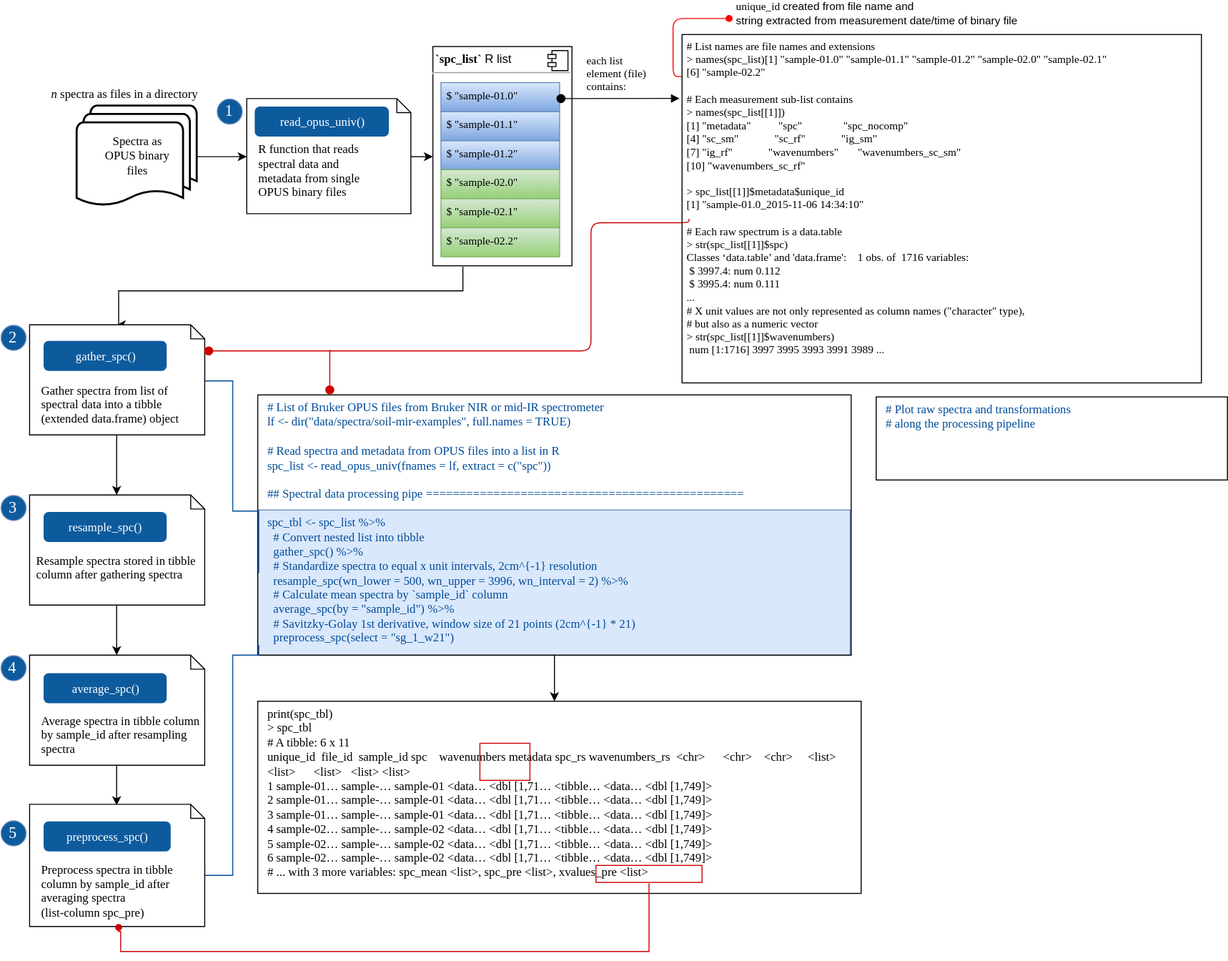
philipp-baumann/spectro-platform-graphs keeps this draw.io diagram as simplerspec-read-proc-tibble.svg. Above is the earlier version. Source tidied: cells renumbered, new cells last; positions are measured from the earlier drawing's top-left corner, leaving out a move shared by most shapes.
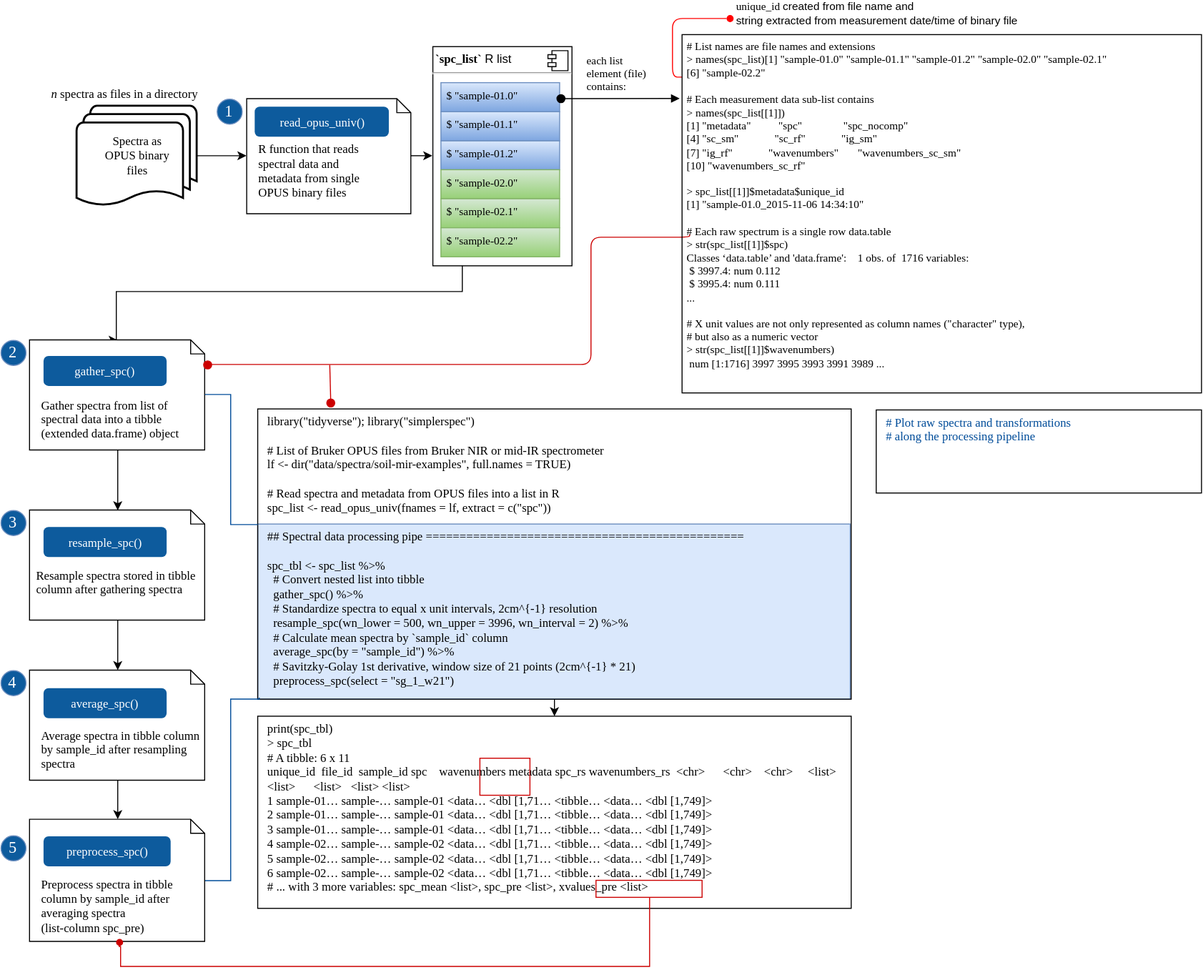
The same diagram one commit later.

Commit message:
Rearrange code and tibble print output

The edit, as a diff of the source:
```diff
@@ -3,19 +3,19 @@
     <mxCell id="0" />
     <mxCell id="1" parent="0" />
     <mxCell id="2" style="whiteSpace=wrap;html=1;strokeColor=#6c8ebf;fillColor=#dae8fc;fontFamily=monaco;fontSize=10;fontColor=#004C99;" parent="1" vertex="1">
-      <mxGeometry x="257" y="506" width="592" height="145" as="geometry" />
+      <mxGeometry x="257" y="505" width="592" height="175" as="geometry" />
     </mxCell>
-    <mxCell id="3" value="# List of Bruker OPUS files from Bruker NIR or mid-IR spectrometer&#10;lf &lt;- dir(&quot;data/spectra/soil-mir-examples&quot;, full.names = TRUE)&#10;&#10;# Read spectra and metadata from OPUS files into a list in R&#10;spc_list &lt;- read_opus_univ(fnames = lf, extract = c(&quot;spc&quot;))&#10;&#10;## Spectral data processing pipe ===============================================&#10;&#10;spc_tbl &lt;- spc_list %&gt;%&#10;  # Convert nested list into tibble&#10;  gather_spc() %&gt;% &#10;  # Standardize spectra to equal x unit intervals, 2cm^{-1} resolution&#10;  resample_spc(wn_lower = 500, wn_upper = 3996, wn_interval = 2) %&gt;%&#10;  # Calculate mean spectra by `sample_id` column&#10;  average_spc(by = &quot;sample_id&quot;) %&gt;%&#10;  # Savitzky-Golay 1st derivative, window size of 21 points (2cm^{-1} * 21) &#10;  preprocess_spc(select = &quot;sg_1_w21&quot;) " style="text;spacing=5;spacingTop=-4;whiteSpace=wrap;overflow=hidden;strokeColor=#000000;align=left;fontFamily=Fira Code;fontColor=#004C99;spacingLeft=5;" parent="1" vertex="1">
-      <mxGeometry x="257" y="391" width="593" height="260" as="geometry" />
+    <mxCell id="3" value="library(&quot;tidyverse&quot;); library(&quot;simplerspec&quot;)&#10;&#10;# List of Bruker OPUS files from Bruker NIR or mid-IR spectrometer&#10;lf &lt;- dir(&quot;data/spectra/soil-mir-examples&quot;, full.names = TRUE)&#10;&#10;# Read spectra and metadata from OPUS files into a list in R&#10;spc_list &lt;- read_opus_univ(fnames = lf, extract = c(&quot;spc&quot;))&#10;&#10;## Spectral data processing pipe ===============================================&#10;&#10;spc_tbl &lt;- spc_list %&gt;%&#10;  # Convert nested list into tibble&#10;  gather_spc() %&gt;%&#10;  # Standardize spectra to equal x unit intervals, 2cm^{-1} resolution&#10;  resample_spc(wn_lower = 500, wn_upper = 3996, wn_interval = 2) %&gt;%&#10;  # Calculate mean spectra by `sample_id` column&#10;  average_spc(by = &quot;sample_id&quot;) %&gt;%&#10;  # Savitzky-Golay 1st derivative, window size of 21 points (2cm^{-1} * 21)&#10;  preprocess_spc(select = &quot;sg_1_w21&quot;)" style="text;spacing=5;spacingTop=-4;whiteSpace=wrap;overflow=hidden;strokeColor=#000000;align=left;fontFamily=Fira Code;fontColor=#000000;spacingLeft=5;" parent="1" vertex="1">
+      <mxGeometry x="257" y="390" width="593" height="290" as="geometry" />
     </mxCell>
     <mxCell id="4" style="edgeStyle=orthogonalEdgeStyle;rounded=0;html=1;exitX=1;exitY=0.5;exitPerimeter=0;entryX=0;entryY=0.5;jettySize=auto;" parent="1" edge="1" source="5" target="18">
       <mxGeometry relative="1" as="geometry" />
     </mxCell>
     <mxCell id="5" value="&lt;font face=&quot;Fira Sans&quot;&gt;Spectra as&lt;br&gt;OPUS binary&lt;br&gt; files&lt;br&gt;&lt;/font&gt;" style="strokeWidth=2;html=1;shape=mxgraph.flowchart.multi-document;whiteSpace=wrap;" parent="1" vertex="1">
-      <mxGeometry x="76" y="102" width="120" height="101" as="geometry" />
+      <mxGeometry x="76" y="87" width="120" height="101" as="geometry" />
     </mxCell>
     <mxCell id="6" value="&lt;p style=&quot;margin: 6px 0px 0px&quot; align=&quot;left&quot;&gt;&lt;b&gt;&lt;font face=&quot;Fira Code&quot;&gt;&amp;nbsp;`spc_list`&lt;/font&gt; &lt;/b&gt;R list&lt;br&gt;&lt;/p&gt;&lt;hr align=&quot;left&quot;&gt;&lt;p style=&quot;margin: 0px ; margin-left: 8px&quot; align=&quot;left&quot;&gt;&lt;br&gt;&lt;/p&gt;" style="align=left;overflow=fill;html=1;spacing=2;spacingLeft=0;" parent="1" vertex="1">
-      <mxGeometry x="432" y="43" width="139" height="219" as="geometry" />
+      <mxGeometry x="432" y="28" width="139" height="219" as="geometry" />
     </mxCell>
     <mxCell id="7" style="shape=component;jettyWidth=8;jettyHeight=4;" parent="6" vertex="1">
       <mxGeometry x="1" width="20" height="20" relative="1" as="geometry">
@@ -52,47 +52,36 @@
     <mxCell id="17" style="edgeStyle=orthogonalEdgeStyle;rounded=0;html=1;jettySize=auto;orthogonalLoop=1;fontFamily=Fira Sans;fontSize=11;align=center;strokeColor=#CC0000;endArrow=oval;endFill=1;startSize=6;endSize=8;" parent="1" edge="1">
       <mxGeometry relative="1" as="geometry">
         <mxPoint x="329" y="346" as="sourcePoint" />
-        <mxPoint x="329" y="386" as="targetPoint" />
+        <mxPoint x="330" y="384" as="targetPoint" />
       </mxGeometry>
     </mxCell>
     <mxCell id="18" value="&lt;font face=&quot;Fira Sans&quot;&gt;&lt;br&gt;&lt;br&gt;&lt;br&gt;R function that reads&lt;br&gt;spectral data and&lt;br&gt;metadata from single&lt;br&gt;OPUS binary files&lt;br&gt;&lt;/font&gt;" style="shape=note;whiteSpace=wrap;html=1;size=14;verticalAlign=top;align=left;spacingTop=-6;perimeterSpacing=0;spacingLeft=10;" parent="1" vertex="1">
-      <mxGeometry x="246" y="95" width="164" height="115" as="geometry" />
+      <mxGeometry x="246" y="80" width="164" height="115" as="geometry" />
     </mxCell>
     <mxCell id="19" value="&lt;div align=&quot;left&quot;&gt;&lt;font face=&quot;Fira Sans&quot;&gt;each list &lt;br&gt;element (file)&lt;br&gt;contains:&lt;br&gt;&lt;/font&gt;&lt;/div&gt;" style="html=1;verticalAlign=bottom;startArrow=oval;startFill=1;endArrow=block;startSize=8;entryX=-0.003;entryY=0.216;entryPerimeter=0;align=center;" parent="1" edge="1">
       <mxGeometry x="537" y="107" as="geometry">
-        <mxPoint x="560" y="95" as="sourcePoint" />
-        <mxPoint x="678.5" y="94.8" as="targetPoint" />
+        <mxPoint x="560" y="80" as="sourcePoint" />
+        <mxPoint x="678.5" y="79.8" as="targetPoint" />
       </mxGeometry>
     </mxCell>
     <mxCell id="20" value="&lt;p&gt;&lt;font&gt;read_opus_univ()&lt;/font&gt;&lt;/p&gt;" style="html=1;shadow=0;dashed=0;shape=mxgraph.bootstrap.rrect;align=center;rSize=5;strokeColor=none;fillColor=#0D5B9D;fontColor=#ffffff;fontStyle=0;whiteSpace=wrap;fontFamily=Fira Code;" parent="1" vertex="1">
-      <mxGeometry x="254" y="103" width="134" height="30" as="geometry" />
+      <mxGeometry x="254" y="88" width="134" height="30" as="geometry" />
     </mxCell>
     <mxCell id="21" value="&lt;font face=&quot;Fira Sans&quot;&gt;&lt;i&gt;n&lt;/i&gt; spectra as files in a directory&lt;br&gt;&lt;/font&gt;" style="text;html=1;align=left;verticalAlign=top;spacingTop=-4;" parent="1" vertex="1">
-      <mxGeometry x="49" y="81" width="180" height="20" as="geometry" />
+      <mxGeometry x="49" y="66" width="180" height="20" as="geometry" />
     </mxCell>
     <mxCell id="22" value="&lt;div align=&quot;left&quot;&gt;&lt;font face=&quot;monaco&quot;&gt;&lt;font face=&quot;Fira Code&quot;&gt;unique_id&lt;/font&gt; &lt;font face=&quot;Helvetica&quot;&gt;created from file name and&lt;/font&gt;&lt;/font&gt;&lt;font face=&quot;Helvetica&quot;&gt;&lt;br&gt;string extracted from measurement date/time of binary file&lt;/font&gt;&lt;br&gt;&lt;/div&gt;" style="text;html=1;strokeColor=none;fillColor=none;align=center;verticalAlign=middle;whiteSpace=wrap;labelBackgroundColor=#ffffff;fontFamily=Courier New;fontSize=11;" parent="1" vertex="1">
-      <mxGeometry x="730" width="290" height="20" as="geometry" />
+      <mxGeometry x="730" y="-15" width="290" height="20" as="geometry" />
     </mxCell>
     <mxCell id="23" style="edgeStyle=orthogonalEdgeStyle;rounded=0;html=1;exitX=0.5;exitY=1;entryX=0.5;entryY=0;jettySize=auto;fontFamily=Courier New;fontSize=11;" parent="1" edge="1" target="26">
       <mxGeometry x="462" y="273" as="geometry">
-        <mxPoint x="462" y="262" as="sourcePoint" />
+        <mxPoint x="462" y="247" as="sourcePoint" />
         <Array as="points">
-          <mxPoint x="462" y="286" />
-          <mxPoint x="117" y="286" />
+          <mxPoint x="462" y="272" />
+          <mxPoint x="116" y="272" />
         </Array>
       </mxGeometry>
     </mxCell>
-    <mxCell id="24" style="edgeStyle=orthogonalEdgeStyle;rounded=0;html=1;exitX=1;exitY=0.25;entryX=0.001;entryY=0.682;startArrow=none;startFill=0;endArrow=none;endFill=0;jettySize=auto;fontFamily=monaco;fontSize=10;strokeColor=#004C99;entryPerimeter=0;" parent="1" edge="1" source="26" target="3">
-      <mxGeometry relative="1" as="geometry">
-        <Array as="points">
-          <mxPoint x="204" y="376" />
-          <mxPoint x="231" y="376" />
-          <mxPoint x="231" y="506" />
-          <mxPoint x="257" y="506" />
-          <mxPoint x="257" y="568" />
-        </Array>
-      </mxGeometry>
-    </mxCell>
     <mxCell id="25" style="edgeStyle=orthogonalEdgeStyle;rounded=0;html=1;exitX=0.5;exitY=1;entryX=0.5;entryY=0;jettySize=auto;fontFamily=Fira Code;" parent="1" edge="1" source="26" target="30">
       <mxGeometry relative="1" as="geometry" />
     </mxCell>
@@ -103,7 +92,7 @@
       <mxGeometry x="43" y="337" width="123" height="30" as="geometry" />
     </mxCell>
     <mxCell id="28" style="edgeStyle=orthogonalEdgeStyle;html=1;verticalAlign=bottom;endArrow=oval;endSize=8;strokeColor=#CC0000;fontFamily=Courier New;fontSize=11;endFill=1;exitX=0;exitY=0.5;" parent="1" edge="1">
-      <mxGeometry x="570" y="237" as="geometry">
+      <mxGeometry x="570" y="252" as="geometry">
         <mxPoint x="688" y="215" as="sourcePoint" />
         <mxPoint x="207" y="346" as="targetPoint" />
         <Array as="points">
@@ -131,15 +120,16 @@
     <mxCell id="34" value="average_spc()" style="html=1;shadow=0;dashed=0;shape=mxgraph.bootstrap.rrect;align=center;rSize=5;strokeColor=none;fillColor=#0D5B9D;fontColor=#ffffff;fontStyle=0;whiteSpace=wrap;fontFamily=Fira Code;" parent="1" vertex="1">
       <mxGeometry x="43" y="669" width="123" height="30" as="geometry" />
     </mxCell>
-    <mxCell id="35" style="edgeStyle=orthogonalEdgeStyle;rounded=0;html=1;exitX=1;exitY=0.5;entryX=0;entryY=0.958;entryPerimeter=0;startArrow=none;startFill=0;endArrow=none;endFill=0;jettySize=auto;fontFamily=monaco;fontSize=10;strokeColor=#004C99;" parent="1" edge="1" source="36" target="3">
-      <mxGeometry relative="1" as="geometry">
-        <Array as="points">
-          <mxPoint x="231" y="871" />
-          <mxPoint x="231" y="650" />
-          <mxPoint x="257" y="650" />
-        </Array>
-      </mxGeometry>
-    </mxCell>
+    <mxCell id="51" style="edgeStyle=orthogonalEdgeStyle;rounded=0;html=1;exitX=1;exitY=0.5;startArrow=none;startFill=0;startSize=6;endArrow=none;endFill=0;endSize=8;jettySize=auto;strokeColor=#004C99;fontFamily=Fira Code;fontSize=11;fontColor=#CC0000;align=center;" parent="1" edge="1" source="36">
+      <mxGeometry relative="1" as="geometry">
+        <mxPoint x="259" y="678" as="targetPoint" />
+        <Array as="points">
+          <mxPoint x="230" y="861" />
+          <mxPoint x="230" y="680" />
+          <mxPoint x="259" y="680" />
+        </Array>
+      </mxGeometry>
+    </mxCell>
     <mxCell id="36" value="&lt;br&gt;&lt;br&gt;&lt;br&gt;&lt;div&gt;&lt;br&gt;&lt;/div&gt;&lt;div&gt;Preprocess spectra in tibble column by sample_id after averaging spectra &lt;br&gt;(list-column spc_pre)&lt;/div&gt;" style="shape=note;whiteSpace=wrap;html=1;size=14;verticalAlign=top;align=left;spacingTop=-6;perimeterSpacing=0;spacingLeft=10;fontFamily=Fira Sans;spacingBottom=0;" parent="1" vertex="1">
       <mxGeometry x="29" y="800" width="175" height="122" as="geometry" />
     </mxCell>
@@ -155,19 +145,19 @@
       </mxGeometry>
     </mxCell>
     <mxCell id="39" value="print(spc_tbl)&#10;&gt; spc_tbl&#10;# A tibble: 6 x 11  &#10;unique_id  file_id  sample_id spc    wavenumbers metadata spc_rs wavenumbers_rs  &lt;chr&gt;      &lt;chr&gt;    &lt;chr&gt;     &lt;list&gt; &lt;list&gt;      &lt;list&gt;   &lt;list&gt; &lt;list&gt;        &#10;1 sample-01… sample-… sample-01 &lt;data… &lt;dbl [1,71… &lt;tibble… &lt;data… &lt;dbl [1,749]&gt; &#10;2 sample-01… sample-… sample-01 &lt;data… &lt;dbl [1,71… &lt;tibble… &lt;data… &lt;dbl [1,749]&gt; &#10;3 sample-01… sample-… sample-01 &lt;data… &lt;dbl [1,71… &lt;tibble… &lt;data… &lt;dbl [1,749]&gt; &#10;4 sample-02… sample-… sample-02 &lt;data… &lt;dbl [1,71… &lt;tibble… &lt;data… &lt;dbl [1,749]&gt; &#10;5 sample-02… sample-… sample-02 &lt;data… &lt;dbl [1,71… &lt;tibble… &lt;data… &lt;dbl [1,749]&gt; &#10;6 sample-02… sample-… sample-02 &lt;data… &lt;dbl [1,71… &lt;tibble… &lt;data… &lt;dbl [1,749]&gt; &#10;# ... with 3 more variables: spc_mean &lt;list&gt;, spc_pre &lt;list&gt;, xvalues_pre &lt;list&gt;" style="text;spacing=5;spacingTop=-4;whiteSpace=wrap;overflow=hidden;strokeColor=#000000;align=left;fontFamily=Fira Code;fontSize=12;spacingLeft=5;" parent="1" vertex="1">
-      <mxGeometry x="257" y="697" width="603" height="192" as="geometry" />
+      <mxGeometry x="257" y="697" width="593" height="192" as="geometry" />
     </mxCell>
     <mxCell id="40" style="edgeStyle=orthogonalEdgeStyle;html=1;verticalAlign=bottom;endArrow=none;endSize=8;strokeColor=#ff0000;fontFamily=Courier New;fontSize=11;endFill=0;startArrow=oval;startFill=1;" parent="1" edge="1" target="41">
       <mxGeometry x="691" y="57" as="geometry">
-        <mxPoint x="728" y="15" as="sourcePoint" />
+        <mxPoint x="728" as="sourcePoint" />
         <Array as="points">
-          <mxPoint x="672" y="15" />
-          <mxPoint x="672" y="73" />
+          <mxPoint x="672" />
+          <mxPoint x="672" y="58" />
         </Array>
       </mxGeometry>
     </mxCell>
-    <mxCell id="41" value="# List names are file names and extensions&#10;&gt; names(spc_list)[1] &quot;sample-01.0&quot; &quot;sample-01.1&quot; &quot;sample-01.2&quot; &quot;sample-02.0&quot; &quot;sample-02.1&quot;&#10;[6] &quot;sample-02.2&quot;&#10;&#10;# Each measurement sub-list contains&#10;&gt; names(spc_list[[1]]) &#10;[1] &quot;metadata&quot;          &quot;spc&quot;               &quot;spc_nocomp&quot;&#10;[4] &quot;sc_sm&quot;             &quot;sc_rf&quot;             &quot;ig_sm&quot;&#10;[7] &quot;ig_rf&quot;             &quot;wavenumbers&quot;       &quot;wavenumbers_sc_sm&quot;&#10;[10] &quot;wavenumbers_sc_rf&quot;&#10;&#10;&gt; spc_list[[1]]$metadata$unique_id&#10;[1] &quot;sample-01.0_2015-11-06 14:34:10&quot;&#10;&#10;# Each raw spectrum is a data.table&#10;&gt; str(spc_list[[1]]$spc)&#10;Classes ‘data.table’ and 'data.frame':    1 obs. of  1716 variables: &#10; $ 3997.4: num 0.112 &#10; $ 3995.4: num 0.111 &#10;...&#10;# X unit values are not only represented as column names (&quot;character&quot; type),&#10;# but also as a numeric vector&#10;&gt; str(spc_list[[1]]$wavenumbers)&#10; num [1:1716] 3997 3995 3993 3991 3989 ... &#10;&#10;" style="text;spacing=5;spacingTop=-4;whiteSpace=wrap;overflow=hidden;strokeColor=#000000;align=left;fontFamily=Fira Code;fontSize=11;" parent="1" vertex="1">
-      <mxGeometry x="681" y="31" width="519" height="348" as="geometry" />
+    <mxCell id="41" value="# List names are file names and extensions&#10;&gt; names(spc_list)[1] &quot;sample-01.0&quot; &quot;sample-01.1&quot; &quot;sample-01.2&quot; &quot;sample-02.0&quot; &quot;sample-02.1&quot;&#10;[6] &quot;sample-02.2&quot;&#10;&#10;# Each measurement data sub-list contains&#10;&gt; names(spc_list[[1]]) &#10;[1] &quot;metadata&quot;          &quot;spc&quot;               &quot;spc_nocomp&quot;&#10;[4] &quot;sc_sm&quot;             &quot;sc_rf&quot;             &quot;ig_sm&quot;&#10;[7] &quot;ig_rf&quot;             &quot;wavenumbers&quot;       &quot;wavenumbers_sc_sm&quot;&#10;[10] &quot;wavenumbers_sc_rf&quot;&#10;&#10;&gt; spc_list[[1]]$metadata$unique_id&#10;[1] &quot;sample-01.0_2015-11-06 14:34:10&quot;&#10;&#10;# Each raw spectrum is a single row data.table&#10;&gt; str(spc_list[[1]]$spc)&#10;Classes ‘data.table’ and 'data.frame':    1 obs. of  1716 variables: &#10; $ 3997.4: num 0.112 &#10; $ 3995.4: num 0.111 &#10;...&#10;&#10;# X unit values are not only represented as column names (&quot;character&quot; type),&#10;# but also as a numeric vector&#10;&gt; str(spc_list[[1]]$wavenumbers) &#10; num [1:1716] 3997 3995 3993 3991 3989 ... &#10;&#10;" style="text;spacing=5;spacingTop=-4;whiteSpace=wrap;overflow=hidden;strokeColor=#000000;align=left;fontFamily=Fira Code;fontSize=11;" parent="1" vertex="1">
+      <mxGeometry x="681" y="16" width="519" height="358" as="geometry" />
     </mxCell>
     <mxCell id="42" style="rounded=0;whiteSpace=wrap;html=1;arcSize=40;fillColor=none;strokeColor=#CC0000;labelBackgroundColor=#ffffff;fontFamily=Courier New;fontSize=11;align=left;glass=1;" parent="1" vertex="1">
       <mxGeometry x="595" y="861" width="106" height="17" as="geometry" />
@@ -188,7 +178,7 @@
       <mxGeometry y="816" width="25" height="25" as="geometry" />
     </mxCell>
     <mxCell id="48" value="&lt;font style=&quot;font-size: 16px;&quot; color=&quot;#FFFFFF&quot;&gt;1&lt;/font&gt;" style="ellipse;whiteSpace=wrap;html=1;fillColor=#0D5B9D;strokeColor=#6c8ebf;fontFamily=Verdana;fontSize=16;" parent="1" vertex="1">
-      <mxGeometry x="216" y="95" width="25" height="25" as="geometry" />
+      <mxGeometry x="216" y="80" width="25" height="25" as="geometry" />
     </mxCell>
     <mxCell id="49" style="edgeStyle=orthogonalEdgeStyle;rounded=0;html=1;entryX=0.5;entryY=1;startArrow=oval;startFill=1;endArrow=none;endFill=0;jettySize=auto;strokeColor=#CC0000;fontFamily=monaco;fontSize=11;fontColor=#004C99;exitX=0.512;exitY=1.011;exitPerimeter=0;" parent="1" edge="1" source="36" target="42">
       <mxGeometry relative="1" as="geometry">
@@ -201,7 +191,16 @@
       </mxGeometry>
     </mxCell>
     <mxCell id="50" value="# Plot raw spectra and transformations &#10;# along the processing pipeline" style="text;spacing=5;spacingTop=-4;whiteSpace=wrap;overflow=hidden;strokeColor=#000000;align=left;fontFamily=Fira Code;fontColor=#004C99;spacingLeft=5;" parent="1" vertex="1">
-      <mxGeometry x="875" y="393" width="351" height="83" as="geometry" />
+      <mxGeometry x="875" y="391" width="325" height="83" as="geometry" />
     </mxCell>
+    <mxCell id="52" style="endArrow=none;html=1;strokeColor=#004C99;fontFamily=Fira Code;fontSize=11;fontColor=#000000;align=center;exitX=1;exitY=0.5;edgeStyle=orthogonalEdgeStyle;rounded=0;" parent="1" edge="1" source="26">
+      <mxGeometry relative="1" as="geometry">
+        <mxPoint x="257" y="505" as="targetPoint" />
+        <Array as="points">
+          <mxPoint x="230" y="376" />
+          <mxPoint x="230" y="505" />
+        </Array>
+      </mxGeometry>
+    </mxCell>
   </root>
 </mxGraphModel>
```
